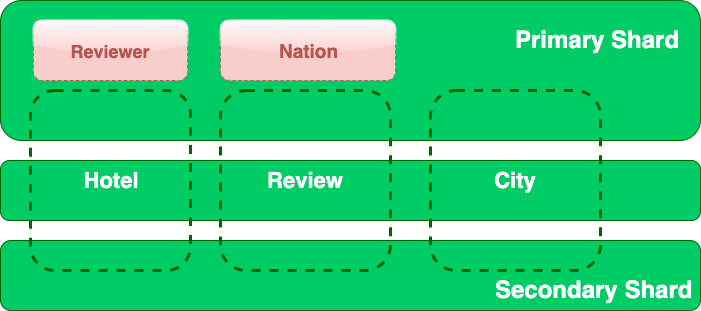
MatteoDJon/Task2LSMDB keeps this draw.io diagram as img/soft_arch3.png. Above is the earlier version. Source tidied: cells renumbered, new cells last; positions are measured from the earlier drawing's top-left corner, leaving out a move shared by most shapes.
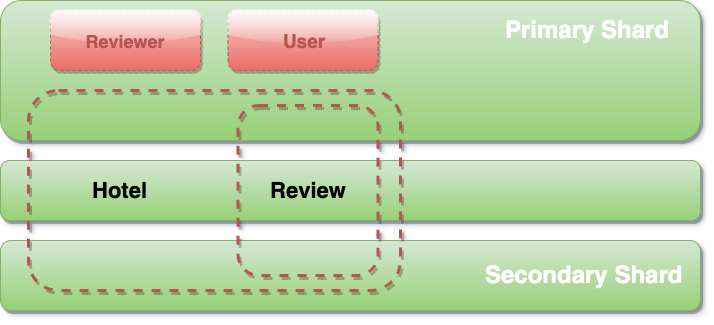
After the change.

What changed in the source:
```diff
@@ -2,44 +2,41 @@
   <root>
     <mxCell id="0" />
     <mxCell id="1" parent="0" />
-    <mxCell id="2" style="rounded=1;whiteSpace=wrap;html=1;fillColor=#00CC66;strokeColor=#006600;glass=0;comic=0;" parent="1" vertex="1">
-      <mxGeometry width="700" height="140" as="geometry" />
-    </mxCell>
-    <mxCell id="3" style="rounded=1;whiteSpace=wrap;html=1;fillColor=#00CC66;strokeColor=#006600;glass=0;comic=0;" parent="1" vertex="1">
-      <mxGeometry y="240" width="700" height="70" as="geometry" />
-    </mxCell>
-    <mxCell id="4" style="rounded=1;whiteSpace=wrap;html=1;fillColor=#00CC66;strokeColor=#006600;glass=0;comic=0;" parent="1" vertex="1">
-      <mxGeometry y="160" width="700" height="60" as="geometry" />
-    </mxCell>
+    <mxCell id="15" style="rounded=1;whiteSpace=wrap;html=1;fillColor=#d5e8d4;strokeColor=#82b366;glass=0;comic=0;gradientColor=#97d077;shadow=1;" parent="1" vertex="1">
+      <mxGeometry width="700" height="140" as="geometry" />
+    </mxCell>
+    <mxCell id="16" style="rounded=1;whiteSpace=wrap;html=1;fillColor=#d5e8d4;strokeColor=#82b366;glass=0;comic=0;gradientColor=#97d077;shadow=1;" parent="1" vertex="1">
+      <mxGeometry y="240" width="700" height="70" as="geometry" />
+    </mxCell>
+    <mxCell id="17" style="rounded=1;whiteSpace=wrap;html=1;fillColor=#d5e8d4;strokeColor=#82b366;glass=0;comic=0;gradientColor=#97d077;shadow=1;" parent="1" vertex="1">
+      <mxGeometry y="160" width="700" height="60" as="geometry" />
+    </mxCell>
-    <mxCell id="5" value="&lt;font color=&quot;#b85450&quot; size=&quot;1&quot;&gt;&lt;b style=&quot;font-size: 18px&quot;&gt;Reviewer&lt;/b&gt;&lt;/font&gt;" style="rounded=1;whiteSpace=wrap;html=1;fillColor=#f8cecc;strokeColor=#b85450;glass=1;comic=0;dashed=1;" parent="1" vertex="1">
-      <mxGeometry x="32.9" y="20" width="154.3" height="60" as="geometry" />
+    <mxCell id="5" value="&lt;font color=&quot;#b85450&quot; size=&quot;1&quot;&gt;&lt;b style=&quot;font-size: 18px&quot;&gt;Reviewer&lt;/b&gt;&lt;/font&gt;" style="rounded=1;whiteSpace=wrap;html=1;fillColor=#f8cecc;strokeColor=#b85450;glass=1;comic=0;dashed=1;gradientColor=#ea6b66;shadow=1;" parent="1" vertex="1">
+      <mxGeometry x="50" y="10" width="150" height="60" as="geometry" />
     </mxCell>
-    <mxCell id="6" value="&lt;font color=&quot;#b85450&quot; style=&quot;font-size: 19px&quot;&gt;&lt;b&gt;Nation&lt;/b&gt;&lt;/font&gt;" style="rounded=1;whiteSpace=wrap;html=1;fillColor=#f8cecc;strokeColor=#b85450;glass=1;comic=0;dashed=1;" parent="1" vertex="1">
-      <mxGeometry x="220" y="20" width="175" height="60" as="geometry" />
-    </mxCell>
+    <mxCell id="18" value="&lt;font color=&quot;#b85450&quot; style=&quot;font-size: 19px&quot;&gt;&lt;b&gt;User&lt;/b&gt;&lt;/font&gt;" style="rounded=1;whiteSpace=wrap;html=1;fillColor=#f8cecc;strokeColor=#b85450;glass=1;comic=0;dashed=1;gradientColor=#ea6b66;shadow=1;" parent="1" vertex="1">
+      <mxGeometry x="227.5" y="10" width="150" height="60" as="geometry" />
+    </mxCell>
-    <mxCell id="7" value="Hotel" style="rounded=1;whiteSpace=wrap;html=1;fillColor=none;strokeColor=#006600;glass=1;comic=0;fontSize=22;fontColor=#FFFFFF;verticalAlign=middle;strokeWidth=3;dashed=1;fontStyle=1;" parent="1" vertex="1">
-      <mxGeometry x="30" y="90" width="160" height="180" as="geometry" />
+    <mxCell id="7" value="Hotel" style="rounded=1;whiteSpace=wrap;html=1;fillColor=none;strokeColor=#b85450;glass=1;comic=0;fontSize=22;verticalAlign=middle;strokeWidth=3;dashed=1;fontStyle=1;gradientColor=#ea6b66;align=left;horizontal=1;spacingLeft=60;spacingBottom=0;shadow=1;" parent="1" vertex="1">
+      <mxGeometry x="28" y="90" width="372" height="200" as="geometry" />
     </mxCell>
-    <mxCell id="8" value="Review" style="rounded=1;whiteSpace=wrap;html=1;fillColor=none;strokeColor=#006600;glass=1;comic=0;fontSize=22;fontColor=#FFFFFF;verticalAlign=middle;strokeWidth=3;dashed=1;fontStyle=1;" parent="1" vertex="1">
-      <mxGeometry x="220" y="90" width="170" height="180" as="geometry" />
+    <mxCell id="8" value="Review" style="rounded=1;whiteSpace=wrap;html=1;fillColor=none;strokeColor=#b85450;glass=1;comic=0;fontSize=22;verticalAlign=middle;strokeWidth=3;dashed=1;fontStyle=1;gradientColor=#ea6b66;shadow=1;" parent="1" vertex="1">
+      <mxGeometry x="237.5" y="105" width="140" height="170" as="geometry" />
     </mxCell>
-    <mxCell id="9" style="edgeStyle=orthogonalEdgeStyle;rounded=0;orthogonalLoop=1;jettySize=auto;html=1;exitX=0.5;exitY=1;exitDx=0;exitDy=0;" parent="1" edge="1" source="7" target="7">
+    <mxCell id="9" style="edgeStyle=orthogonalEdgeStyle;rounded=0;orthogonalLoop=1;jettySize=auto;html=1;exitX=0.5;exitY=1;exitDx=0;exitDy=0;shadow=1;" parent="1" edge="1" source="7" target="7">
       <mxGeometry relative="1" as="geometry" />
     </mxCell>
-    <mxCell id="10" value="&lt;h1&gt;&lt;font color=&quot;#ffffff&quot;&gt;Primary Shard&lt;/font&gt;&lt;/h1&gt;" style="text;html=1;strokeColor=none;fillColor=none;spacing=5;spacingTop=-20;whiteSpace=wrap;overflow=hidden;rounded=0;glass=1;comic=0;shadow=0;" parent="1" vertex="1">
-      <mxGeometry x="510" y="20" width="190" height="120" as="geometry" />
+    <mxCell id="10" value="&lt;h1&gt;&lt;font color=&quot;#ffffff&quot;&gt;Primary Shard&lt;/font&gt;&lt;/h1&gt;" style="text;html=1;fillColor=none;spacing=5;spacingTop=-20;whiteSpace=wrap;overflow=hidden;rounded=0;glass=1;comic=0;shadow=1;" parent="1" vertex="1">
+      <mxGeometry x="500" y="10" width="190" height="120" as="geometry" />
     </mxCell>
-    <mxCell id="11" value="&lt;h1&gt;&lt;font color=&quot;#ffffff&quot;&gt;Secondary Shard&lt;/font&gt;&lt;/h1&gt;" style="text;html=1;strokeColor=none;fillColor=none;spacing=5;spacingTop=-20;whiteSpace=wrap;overflow=hidden;rounded=0;glass=1;comic=0;" parent="1" vertex="1">
-      <mxGeometry x="490" y="270" width="210" height="40" as="geometry" />
+    <mxCell id="11" value="&lt;h1&gt;&lt;font color=&quot;#ffffff&quot;&gt;Secondary Shard&lt;/font&gt;&lt;/h1&gt;" style="text;html=1;spacing=5;spacingTop=-20;whiteSpace=wrap;overflow=hidden;rounded=0;glass=1;comic=0;fillColor=none;shadow=1;" parent="1" vertex="1">
+      <mxGeometry x="480" y="255" width="210" height="40" as="geometry" />
     </mxCell>
-    <mxCell id="12" value="City" style="rounded=1;whiteSpace=wrap;html=1;fillColor=none;strokeColor=#006600;glass=1;comic=0;fontSize=22;fontColor=#FFFFFF;verticalAlign=middle;strokeWidth=3;dashed=1;fontStyle=1;" parent="1" vertex="1">
-      <mxGeometry x="430" y="90" width="170" height="180" as="geometry" />
-    </mxCell>
-    <mxCell id="13" style="edgeStyle=orthogonalEdgeStyle;rounded=0;orthogonalLoop=1;jettySize=auto;html=1;exitX=0.5;exitY=1;exitDx=0;exitDy=0;fontSize=22;fontColor=#FFFFFF;" parent="1" edge="1" source="12" target="12">
-      <mxGeometry relative="1" as="geometry" />
-    </mxCell>
-    <mxCell id="14" style="edgeStyle=orthogonalEdgeStyle;rounded=0;orthogonalLoop=1;jettySize=auto;html=1;exitX=0.5;exitY=1;exitDx=0;exitDy=0;fontSize=22;fontColor=#FFFFFF;" parent="1" edge="1" source="8" target="8">
-      <mxGeometry relative="1" as="geometry" />
-    </mxCell>
+    <mxCell id="19" style="edgeStyle=orthogonalEdgeStyle;rounded=0;orthogonalLoop=1;jettySize=auto;html=1;exitX=0.5;exitY=1;exitDx=0;exitDy=0;fontSize=22;fontColor=#FFFFFF;shadow=1;" parent="1" edge="1">
+      <mxGeometry relative="1" as="geometry">
+        <mxPoint x="515" y="270" as="sourcePoint" />
+        <mxPoint x="515" y="270" as="targetPoint" />
+      </mxGeometry>
+    </mxCell>
   </root>
 </mxGraphModel>
```
